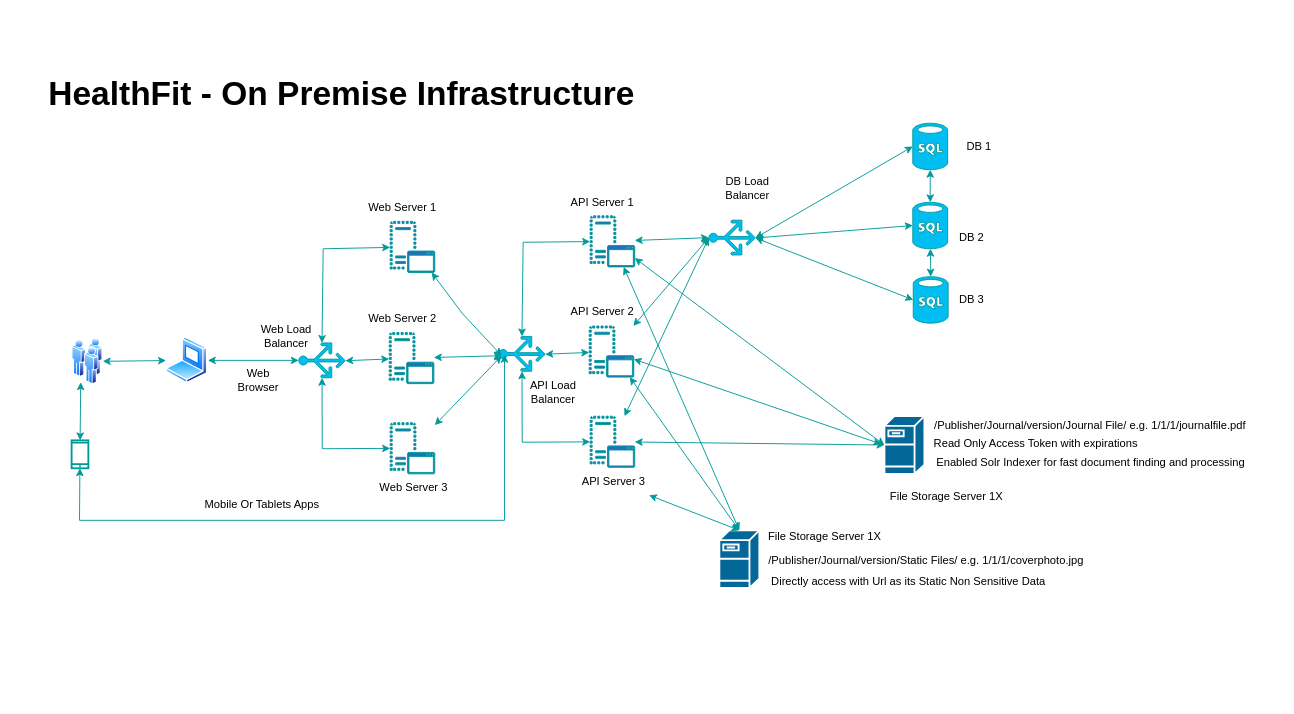
Earlier version of the draw.io diagram Requirement Documents/HealthFit - Architecture Diagram.drawio (vishalbajad/HealthFit). Source tidied: cells renumbered, new cells numbered last; positions are measured from the earlier drawing's top-left corner, leaving out a move shared by most shapes. Both pictures are drawn from the tidied source at 93%, with x=0, y=0 at pixel (16, 62).
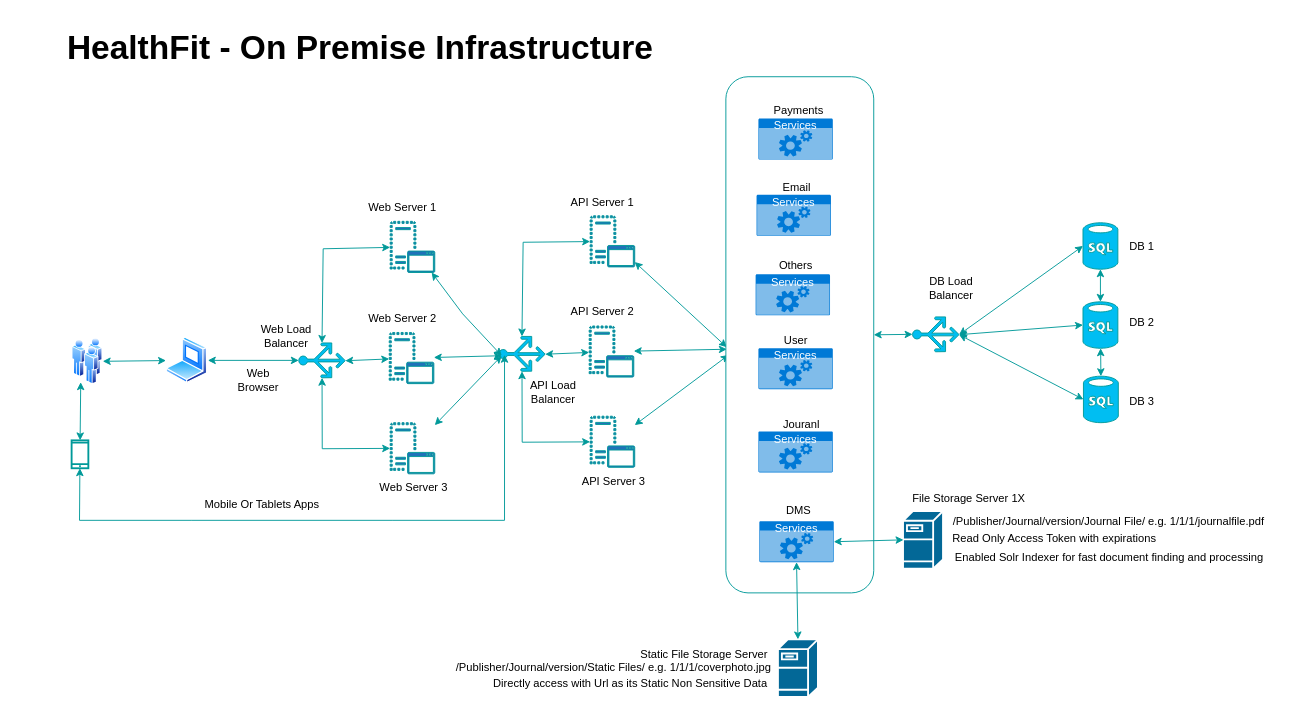
The same diagram, later.

Unchanged cells that the change refers to:
```xml
<mxCell id="10" style="sketch=0;shadow=0;dashed=0;html=1;strokeColor=#009999;labelPosition=center;verticalLabelPosition=bottom;verticalAlign=top;outlineConnect=0;align=center;shape=mxgraph.office.servers.virtual_application_server;fillColor=#2072B8;" parent="1" vertex="1">
  <mxGeometry x="617" y="164.5" width="48" height="55" as="geometry" />
</mxCell>
<mxCell id="11" style="sketch=0;shadow=0;dashed=0;html=1;strokeColor=#009999;labelPosition=center;verticalLabelPosition=bottom;verticalAlign=top;outlineConnect=0;align=center;shape=mxgraph.office.servers.virtual_application_server;fillColor=#2072B8;" parent="1" vertex="1">
  <mxGeometry x="616" y="283" width="48" height="55" as="geometry" />
</mxCell>
<mxCell id="12" style="sketch=0;shadow=0;dashed=0;html=1;strokeColor=#009999;labelPosition=center;verticalLabelPosition=bottom;verticalAlign=top;outlineConnect=0;align=center;shape=mxgraph.office.servers.virtual_application_server;fillColor=#2072B8;" parent="1" vertex="1">
  <mxGeometry x="617" y="380" width="48" height="55" as="geometry" />
</mxCell>
<mxCell id="15" value="API Server 3&lt;br&gt;" style="text;html=1;align=center;verticalAlign=middle;points=[];strokeColor=#;fillColor=none;" parent="1" vertex="1">
  <mxGeometry x="597" y="435" width="90" height="30" as="geometry" />
</mxCell>
<mxCell id="40" style="image;perimeter=ellipsePerimeter;html=1;align=center;shadow=0;dashed=0;spacingTop=3;image=img/lib/active_directory/users.svg;strokeColor=#009999;" parent="1" vertex="1">
  <mxGeometry x="60" y="296" width="33" height="50" as="geometry" />
</mxCell>
```

Change to the diagram source:
```diff
@@
     <mxCell id="2" style="verticalLabelPosition=bottom;html=1;verticalAlign=top;align=center;strokeColor=#009999;fillColor=#00BEF2;shape=mxgraph.azure.sql_database;" parent="1" vertex="1">
-      <mxGeometry x="964" y="65" width="37.5" height="50" as="geometry" />
+      <mxGeometry x="1147" y="172" width="37.5" height="50" as="geometry" />
     </mxCell>
     <mxCell id="3" value="DB 1" style="text;html=1;align=center;verticalAlign=middle;strokeColor=#;fillColor=none;" parent="1" vertex="1">
-      <mxGeometry x="1010" y="75" width="50" height="30" as="geometry" />
+      <mxGeometry x="1184.5" y="183" width="50" height="30" as="geometry" />
     </mxCell>
     <mxCell id="4" style="verticalLabelPosition=bottom;html=1;verticalAlign=top;align=center;strokeColor=#009999;fillColor=#00BEF2;shape=mxgraph.azure.sql_database;" parent="1" vertex="1">
-      <mxGeometry x="964.5" y="230" width="37.5" height="50" as="geometry" />
+      <mxGeometry x="1147.5" y="337" width="37.5" height="50" as="geometry" />
     </mxCell>
     <mxCell id="5" value="DB 2" style="text;html=1;align=center;verticalAlign=middle;strokeColor=#;fillColor=none;" parent="1" vertex="1">
-      <mxGeometry x="1002" y="173" width="50" height="30" as="geometry" />
+      <mxGeometry x="1185" y="265" width="50" height="30" as="geometry" />
     </mxCell>
     <mxCell id="6" style="verticalLabelPosition=bottom;html=1;verticalAlign=top;align=center;strokeColor=#009999;fillColor=#00BEF2;shape=mxgraph.azure.sql_database;" parent="1" vertex="1">
-      <mxGeometry x="964" y="150" width="37.5" height="50" as="geometry" />
+      <mxGeometry x="1147" y="257" width="37.5" height="50" as="geometry" />
     </mxCell>
     <mxCell id="7" value="DB 3" style="text;html=1;align=center;verticalAlign=middle;strokeColor=#;fillColor=none;" parent="1" vertex="1">
-      <mxGeometry x="1002" y="240" width="50" height="30" as="geometry" />
+      <mxGeometry x="1184.5" y="350" width="50" height="30" as="geometry" />
     </mxCell>
@@
     <mxCell id="20" style="verticalLabelPosition=bottom;html=1;verticalAlign=top;align=center;strokeColor=#009999;fillColor=#00BEF2;shape=mxgraph.azure.load_balancer_generic;rotation=-90;" parent="1" vertex="1">
-      <mxGeometry x="751" y="163" width="37.5" height="50" as="geometry" />
+      <mxGeometry x="970" y="267" width="37.5" height="50" as="geometry" />
     </mxCell>
@@
-    <mxCell id="24" style="endArrow=classic;startArrow=classic;html=1;rounded=0;fillColor=#3399FF;strokeColor=#009999;entryX=0.5;entryY=0;entryDx=0;entryDy=0;entryPerimeter=0;" parent="1" edge="1" source="10" target="20">
-      <mxGeometry relative="1" as="geometry" />
-    </mxCell>
-    <mxCell id="25" style="endArrow=classic;startArrow=classic;html=1;rounded=0;fillColor=#3399FF;strokeColor=#009999;entryX=0.5;entryY=0;entryDx=0;entryDy=0;entryPerimeter=0;" parent="1" edge="1" source="11" target="20">
-      <mxGeometry relative="1" as="geometry" />
-    </mxCell>
-    <mxCell id="26" style="endArrow=classic;startArrow=classic;html=1;rounded=0;fillColor=#3399FF;strokeColor=#009999;entryX=0.5;entryY=0;entryDx=0;entryDy=0;entryPerimeter=0;" parent="1" edge="1" source="12" target="20">
-      <mxGeometry relative="1" as="geometry" />
-    </mxCell>
@@
+    <mxCell id="49" value="DB Load &lt;br&gt;Balancer" style="text;html=1;align=center;verticalAlign=middle;strokeColor=#;fillColor=none;" parent="1" vertex="1">
+      <mxGeometry x="970" y="222" width="70" height="40" as="geometry" />
+    </mxCell>
+    <mxCell id="50" value="API Load &lt;br&gt;Balancer" style="text;html=1;align=center;verticalAlign=middle;strokeColor=#;fillColor=none;" parent="1" vertex="1">
+      <mxGeometry x="542" y="334" width="70" height="40" as="geometry" />
+    </mxCell>
+    <mxCell id="51" value="Web Load &lt;br&gt;Balancer" style="text;html=1;align=center;verticalAlign=middle;strokeColor=#;fillColor=none;" parent="1" vertex="1">
+      <mxGeometry x="250" y="274" width="80" height="40" as="geometry" />
+    </mxCell>
+    <mxCell id="54" style="html=1;verticalLabelPosition=bottom;align=center;labelBackgroundColor=#ffffff;verticalAlign=top;strokeWidth=2;strokeColor=#009999;shadow=0;dashed=0;shape=mxgraph.ios7.icons.smartphone;" parent="1" vertex="1">
+      <mxGeometry x="59.5" y="406" width="18" height="30" as="geometry" />
+    </mxCell>
+    <mxCell id="55" style="image;perimeter=ellipsePerimeter;html=1;align=center;shadow=0;dashed=0;spacingTop=3;image=img/lib/active_directory/laptop_client.svg;strokeColor=#009999;" parent="1" vertex="1">
+      <mxGeometry x="161" y="295" width="45" height="50" as="geometry" />
+    </mxCell>
+    <mxCell id="56" style="endArrow=classic;startArrow=classic;html=1;rounded=0;fillColor=#3399FF;strokeColor=#009999;exitX=0.25;exitY=1;exitDx=0;exitDy=0;" parent="1" edge="1" source="40" target="54">
+      <mxGeometry relative="1" as="geometry" />
+    </mxCell>
+    <mxCell id="67" value="&lt;font style=&quot;font-size: 36px;&quot;&gt;HealthFit - On Premise Infrastructure&lt;/font&gt;" style="text;html=1;strokeColor=none;fillColor=none;align=center;verticalAlign=middle;whiteSpace=wrap;rounded=0;fontStyle=1;" parent="1" vertex="1">
+      <mxGeometry x="20" y="-50" width="700.4" height="65" as="geometry" />
+    </mxCell>
+    <mxCell id="68" style="endArrow=classic;startArrow=classic;html=1;rounded=0;fillColor=#3399FF;strokeColor=#009999;exitX=0.006;exitY=0.524;exitDx=0;exitDy=0;exitPerimeter=0;" parent="1" edge="1" source="74" target="10">
+      <mxGeometry relative="1" as="geometry" />
+    </mxCell>
+    <mxCell id="69" style="endArrow=classic;startArrow=classic;html=1;rounded=0;fillColor=#3399FF;strokeColor=#009999;exitX=0.006;exitY=0.528;exitDx=0;exitDy=0;exitPerimeter=0;" parent="1" edge="1" source="74" target="11">
+      <mxGeometry relative="1" as="geometry" />
+    </mxCell>
+    <mxCell id="70" style="endArrow=classic;startArrow=classic;html=1;rounded=0;fillColor=#3399FF;strokeColor=#009999;exitX=0.019;exitY=0.539;exitDx=0;exitDy=0;exitPerimeter=0;" parent="1" edge="1" source="74" target="12">
+      <mxGeometry relative="1" as="geometry" />
+    </mxCell>
+    <mxCell id="71" style="group;" parent="1" vertex="1">
+      <mxGeometry x="462" y="620" width="400" height="63" as="geometry" />
+    </mxCell>
+    <mxCell id="58" value="/Publisher/Journal/version/Static Files/ e.g. 1/1/1/coverphoto.jpg" style="text;html=1;align=center;verticalAlign=middle;strokeColor=#;fillColor=none;" parent="71" vertex="1">
+      <mxGeometry y="16" width="360" height="30" as="geometry" />
+    </mxCell>
+    <mxCell id="59" value="Directly access with Url as its Static Non Sensitive Data" style="text;html=1;align=center;verticalAlign=middle;strokeColor=#;fillColor=none;" parent="71" vertex="1">
+      <mxGeometry x="37.5" y="33" width="320" height="30" as="geometry" />
+    </mxCell>
+    <mxCell id="60" style="shape=mxgraph.cisco.servers.fileserver;html=1;dashed=0;fillColor=#036897;strokeColor=#ffffff;strokeWidth=2;verticalLabelPosition=bottom;verticalAlign=top;align=center;outlineConnect=0;" parent="71" vertex="1">
+      <mxGeometry x="357" width="43" height="62" as="geometry" />
+    </mxCell>
+    <mxCell id="72" value="Static File Storage Server&amp;nbsp;" style="text;html=1;align=center;verticalAlign=middle;strokeColor=#;fillColor=none;" parent="71" vertex="1">
+      <mxGeometry x="198.5" y="1" width="160" height="30" as="geometry" />
+    </mxCell>
+    <mxCell id="73" style="group;" parent="1" vertex="1">
+      <mxGeometry x="763" y="15" width="159" height="555" as="geometry" />
+    </mxCell>
+    <mxCell id="74" style="rounded=1;whiteSpace=wrap;html=1;strokeColor=#009999;" parent="73" vertex="1">
+      <mxGeometry width="159" height="555" as="geometry" />
+    </mxCell>
+    <mxCell id="75" value="Services" style="html=1;whiteSpace=wrap;strokeColor=none;fillColor=#0079D6;labelPosition=center;verticalLabelPosition=middle;verticalAlign=top;align=center;fontSize=12;spacingTop=-6;fontColor=#FFFFFF;sketch=0;shape=mxgraph.sitemap.services;" parent="73" vertex="1">
+      <mxGeometry x="35" y="292" width="80" height="44" as="geometry" />
+    </mxCell>
+    <mxCell id="76" value="Services" style="html=1;whiteSpace=wrap;strokeColor=none;fillColor=#0079D6;labelPosition=center;verticalLabelPosition=middle;verticalAlign=top;align=center;fontSize=12;spacingTop=-6;fontColor=#FFFFFF;sketch=0;shape=mxgraph.sitemap.services;" parent="73" vertex="1">
+      <mxGeometry x="35" y="381.5" width="80" height="44" as="geometry" />
+    </mxCell>
+    <mxCell id="77" value="Services" style="html=1;whiteSpace=wrap;strokeColor=none;fillColor=#0079D6;labelPosition=center;verticalLabelPosition=middle;verticalAlign=top;align=center;fontSize=12;outlineConnect=0;spacingTop=-6;fontColor=#FFFFFF;sketch=0;shape=mxgraph.sitemap.services;" parent="73" vertex="1">
+      <mxGeometry x="36" y="478" width="80" height="44" as="geometry" />
+    </mxCell>
+    <mxCell id="78" value="User" style="text;html=1;align=center;verticalAlign=middle;strokeColor=#;fillColor=none;" parent="73" vertex="1">
+      <mxGeometry x="50" y="269" width="50" height="30" as="geometry" />
+    </mxCell>
+    <mxCell id="79" value="Jouranl" style="text;html=1;align=center;verticalAlign=middle;strokeColor=#;fillColor=none;" parent="73" vertex="1">
+      <mxGeometry x="51" y="358.5" width="60" height="30" as="geometry" />
+    </mxCell>
+    <mxCell id="80" value="DMS" style="text;html=1;align=center;verticalAlign=middle;strokeColor=#;fillColor=none;" parent="73" vertex="1">
+      <mxGeometry x="53" y="452" width="50" height="30" as="geometry" />
+    </mxCell>
+    <mxCell id="81" value="Services" style="html=1;whiteSpace=wrap;strokeColor=none;fillColor=#0079D6;labelPosition=center;verticalLabelPosition=middle;verticalAlign=top;align=center;fontSize=12;spacingTop=-6;fontColor=#FFFFFF;sketch=0;shape=mxgraph.sitemap.services;" parent="73" vertex="1">
+      <mxGeometry x="32" y="212.5" width="80" height="44" as="geometry" />
+    </mxCell>
+    <mxCell id="82" value="Others" style="text;html=1;align=center;verticalAlign=middle;strokeColor=#;fillColor=none;" parent="73" vertex="1">
+      <mxGeometry x="45" y="187.5" width="60" height="30" as="geometry" />
+    </mxCell>
+    <mxCell id="83" value="Services" style="html=1;whiteSpace=wrap;strokeColor=none;fillColor=#0079D6;labelPosition=center;verticalLabelPosition=middle;verticalAlign=top;align=center;fontSize=12;spacingTop=-6;fontColor=#FFFFFF;sketch=0;shape=mxgraph.sitemap.services;" parent="73" vertex="1">
+      <mxGeometry x="33" y="127" width="80" height="44" as="geometry" />
+    </mxCell>
+    <mxCell id="84" value="Email" style="text;html=1;align=center;verticalAlign=middle;strokeColor=#;fillColor=none;" parent="73" vertex="1">
+      <mxGeometry x="51" y="104" width="50" height="30" as="geometry" />
+    </mxCell>
+    <mxCell id="85" value="Services" style="html=1;whiteSpace=wrap;strokeColor=none;fillColor=#0079D6;labelPosition=center;verticalLabelPosition=middle;verticalAlign=top;align=center;fontSize=12;spacingTop=-6;fontColor=#FFFFFF;sketch=0;shape=mxgraph.sitemap.services;" parent="73" vertex="1">
+      <mxGeometry x="35" y="45" width="80" height="44" as="geometry" />
+    </mxCell>
+    <mxCell id="86" value="Payments" style="text;html=1;align=center;verticalAlign=middle;strokeColor=#;fillColor=none;" parent="73" vertex="1">
+      <mxGeometry x="38" y="22" width="80" height="30" as="geometry" />
+    </mxCell>
+    <mxCell id="87" style="group;" parent="1" vertex="1">
+      <mxGeometry x="953.5" y="454" width="402.5" height="93" as="geometry" />
+    </mxCell>
+    <mxCell id="53" value="File Storage Server 1X" style="text;html=1;align=center;verticalAlign=middle;strokeColor=#;fillColor=none;" parent="87" vertex="1">
+      <mxGeometry width="140" height="30" as="geometry" />
+    </mxCell>
+    <mxCell id="88" style="group;" parent="87" vertex="1">
+      <mxGeometry y="25" width="402.5" height="68" as="geometry" />
+    </mxCell>
-    <mxCell id="46" value="/Publisher/Journal/version/Journal File/ e.g. 1/1/1/journalfile.pdf&amp;nbsp;" style="text;html=1;align=center;verticalAlign=middle;strokeColor=#;fillColor=none;" parent="1" vertex="1">
-      <mxGeometry x="976" y="375" width="360" height="30" as="geometry" />
+    <mxCell id="46" value="/Publisher/Journal/version/Journal File/ e.g. 1/1/1/journalfile.pdf&amp;nbsp;" style="text;html=1;align=center;verticalAlign=middle;strokeColor=#;fillColor=none;" parent="88" vertex="1">
+      <mxGeometry x="42.5" width="360" height="30" as="geometry" />
     </mxCell>
-    <mxCell id="47" value="Read Only Access Token with expirations" style="text;html=1;align=center;verticalAlign=middle;strokeColor=#;fillColor=none;" parent="1" vertex="1">
-      <mxGeometry x="976" y="395" width="240" height="30" as="geometry" />
+    <mxCell id="47" value="Read Only Access Token with expirations" style="text;html=1;align=center;verticalAlign=middle;strokeColor=#;fillColor=none;" parent="88" vertex="1">
+      <mxGeometry x="42.5" y="18" width="240" height="30" as="geometry" />
     </mxCell>
-    <mxCell id="48" value="Enabled Solr Indexer for fast document finding and processing" style="text;html=1;align=center;verticalAlign=middle;strokeColor=#;fillColor=none;" parent="1" vertex="1">
-      <mxGeometry x="974.5" y="415" width="360" height="30" as="geometry" />
+    <mxCell id="48" value="Enabled Solr Indexer for fast document finding and processing" style="text;html=1;align=center;verticalAlign=middle;strokeColor=#;fillColor=none;" parent="88" vertex="1">
+      <mxGeometry x="41" y="38" width="360" height="30" as="geometry" />
     </mxCell>
-    <mxCell id="49" value="DB Load &lt;br&gt;Balancer" style="text;html=1;align=center;verticalAlign=middle;strokeColor=#;fillColor=none;" parent="1" vertex="1">
-      <mxGeometry x="751" y="115" width="70" height="40" as="geometry" />
-    </mxCell>
-    <mxCell id="50" value="API Load &lt;br&gt;Balancer" style="text;html=1;align=center;verticalAlign=middle;strokeColor=#;fillColor=none;" parent="1" vertex="1">
-      <mxGeometry x="542" y="334" width="70" height="40" as="geometry" />
-    </mxCell>
-    <mxCell id="51" value="Web Load &lt;br&gt;Balancer" style="text;html=1;align=center;verticalAlign=middle;strokeColor=#;fillColor=none;" parent="1" vertex="1">
-      <mxGeometry x="250" y="274" width="80" height="40" as="geometry" />
-    </mxCell>
-    <mxCell id="52" style="shape=mxgraph.cisco.servers.fileserver;html=1;dashed=0;fillColor=#036897;strokeColor=#ffffff;strokeWidth=2;verticalLabelPosition=bottom;verticalAlign=top;align=center;outlineConnect=0;" parent="1" vertex="1">
-      <mxGeometry x="933.5" y="380" width="43" height="62" as="geometry" />
+    <mxCell id="52" style="shape=mxgraph.cisco.servers.fileserver;html=1;dashed=0;fillColor=#036897;strokeColor=#ffffff;strokeWidth=2;verticalLabelPosition=bottom;verticalAlign=top;align=center;outlineConnect=0;" parent="88" vertex="1">
+      <mxGeometry y="3" width="43" height="62" as="geometry" />
     </mxCell>
-    <mxCell id="53" value="File Storage Server 1X" style="text;html=1;align=center;verticalAlign=middle;strokeColor=#;fillColor=none;" parent="1" vertex="1">
-      <mxGeometry x="930" y="452" width="140" height="30" as="geometry" />
-    </mxCell>
-    <mxCell id="54" style="html=1;verticalLabelPosition=bottom;align=center;labelBackgroundColor=#ffffff;verticalAlign=top;strokeWidth=2;strokeColor=#009999;shadow=0;dashed=0;shape=mxgraph.ios7.icons.smartphone;" parent="1" vertex="1">
-      <mxGeometry x="59.5" y="406" width="18" height="30" as="geometry" />
-    </mxCell>
-    <mxCell id="55" style="image;perimeter=ellipsePerimeter;html=1;align=center;shadow=0;dashed=0;spacingTop=3;image=img/lib/active_directory/laptop_client.svg;strokeColor=#009999;" parent="1" vertex="1">
-      <mxGeometry x="161" y="295" width="45" height="50" as="geometry" />
-    </mxCell>
-    <mxCell id="56" style="endArrow=classic;startArrow=classic;html=1;rounded=0;fillColor=#3399FF;strokeColor=#009999;exitX=0.25;exitY=1;exitDx=0;exitDy=0;" parent="1" edge="1" source="40" target="54">
-      <mxGeometry relative="1" as="geometry" />
-    </mxCell>
-    <mxCell id="57" value="File Storage Server 1X" style="text;html=1;align=center;verticalAlign=middle;strokeColor=#;fillColor=none;" parent="1" vertex="1">
-      <mxGeometry x="798.5" y="494.8" width="140" height="30" as="geometry" />
-    </mxCell>
-    <mxCell id="58" value="/Publisher/Journal/version/Static Files/ e.g. 1/1/1/coverphoto.jpg" style="text;html=1;align=center;verticalAlign=middle;strokeColor=#;fillColor=none;" parent="1" vertex="1">
-      <mxGeometry x="797.5" y="519.8" width="360" height="30" as="geometry" />
-    </mxCell>
-    <mxCell id="59" value="Directly access with Url as its Static Non Sensitive Data" style="text;html=1;align=center;verticalAlign=middle;strokeColor=#;fillColor=none;" parent="1" vertex="1">
-      <mxGeometry x="798.5" y="543.2" width="320" height="30" as="geometry" />
-    </mxCell>
-    <mxCell id="60" style="shape=mxgraph.cisco.servers.fileserver;html=1;dashed=0;fillColor=#036897;strokeColor=#ffffff;strokeWidth=2;verticalLabelPosition=bottom;verticalAlign=top;align=center;outlineConnect=0;" parent="1" vertex="1">
-      <mxGeometry x="756" y="502.8" width="43" height="62" as="geometry" />
-    </mxCell>
-    <mxCell id="61" style="endArrow=classic;startArrow=classic;html=1;rounded=0;fillColor=#3399FF;strokeColor=#009999;exitX=0;exitY=0.5;exitDx=0;exitDy=0;exitPerimeter=0;" parent="1" edge="1" source="52" target="10">
-      <mxGeometry relative="1" as="geometry" />
-    </mxCell>
-    <mxCell id="62" style="endArrow=classic;startArrow=classic;html=1;rounded=0;fillColor=#3399FF;strokeColor=#009999;" parent="1" edge="1" source="11">
-      <mxGeometry relative="1" as="geometry">
-        <mxPoint x="930" y="410" as="targetPoint" />
-      </mxGeometry>
-    </mxCell>
-    <mxCell id="63" style="endArrow=classic;startArrow=classic;html=1;rounded=0;fillColor=#3399FF;strokeColor=#009999;entryX=0;entryY=0.5;entryDx=0;entryDy=0;entryPerimeter=0;" parent="1" edge="1" source="12" target="52">
-      <mxGeometry relative="1" as="geometry" />
-    </mxCell>
-    <mxCell id="64" style="endArrow=classic;startArrow=classic;html=1;rounded=0;fillColor=#3399FF;strokeColor=#009999;entryX=0.5;entryY=0;entryDx=0;entryDy=0;entryPerimeter=0;" parent="1" edge="1" source="15" target="60">
-      <mxGeometry relative="1" as="geometry" />
-    </mxCell>
-    <mxCell id="65" style="endArrow=classic;startArrow=classic;html=1;rounded=0;fillColor=#3399FF;strokeColor=#009999;exitX=0.5;exitY=0;exitDx=0;exitDy=0;exitPerimeter=0;" parent="1" edge="1" source="60" target="11">
-      <mxGeometry relative="1" as="geometry" />
-    </mxCell>
-    <mxCell id="66" style="endArrow=classic;startArrow=classic;html=1;rounded=0;fillColor=#3399FF;strokeColor=#009999;entryX=0.5;entryY=0;entryDx=0;entryDy=0;entryPerimeter=0;" parent="1" edge="1" source="10" target="60">
-      <mxGeometry relative="1" as="geometry" />
-    </mxCell>
-    <mxCell id="67" value="&lt;font style=&quot;font-size: 36px;&quot;&gt;HealthFit - On Premise Infrastructure&lt;/font&gt;" style="text;html=1;strokeColor=none;fillColor=none;align=center;verticalAlign=middle;whiteSpace=wrap;rounded=0;fontStyle=1;" parent="1" vertex="1">
-      <mxGeometry x="-0.4" width="700.4" height="65" as="geometry" />
-    </mxCell>
+    <mxCell id="89" style="endArrow=classic;startArrow=classic;html=1;rounded=0;fillColor=#3399FF;strokeColor=#009999;exitX=0.5;exitY=1;exitDx=0;exitDy=0;exitPerimeter=0;entryX=0.5;entryY=0;entryDx=0;entryDy=0;entryPerimeter=0;" parent="1" edge="1" source="77" target="60">
+      <mxGeometry relative="1" as="geometry" />
+    </mxCell>
+    <mxCell id="90" style="endArrow=classic;startArrow=classic;html=1;rounded=0;fillColor=#3399FF;strokeColor=#009999;entryX=0;entryY=0.5;entryDx=0;entryDy=0;entryPerimeter=0;exitX=1;exitY=0.5;exitDx=0;exitDy=0;exitPerimeter=0;" parent="1" edge="1" source="77">
+      <mxGeometry relative="1" as="geometry">
+        <mxPoint x="954" y="513" as="targetPoint" />
+      </mxGeometry>
+    </mxCell>
+    <mxCell id="91" style="endArrow=classic;startArrow=classic;html=1;rounded=0;fillColor=#3399FF;strokeColor=#009999;entryX=1;entryY=0.5;entryDx=0;entryDy=0;exitX=0.5;exitY=0;exitDx=0;exitDy=0;exitPerimeter=0;" parent="1" edge="1" source="20" target="74">
+      <mxGeometry relative="1" as="geometry" />
+    </mxCell>
```
